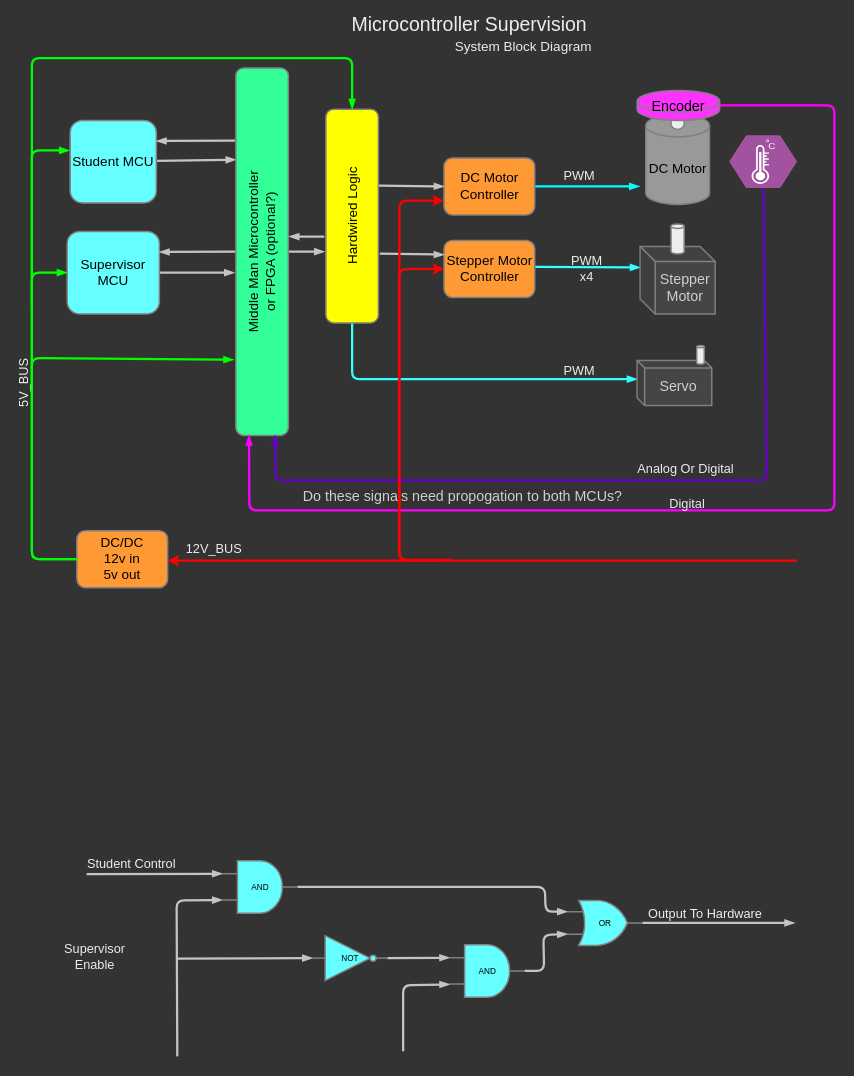
practable/supervisor-pcb keeps this draw.io diagram as Documentation/Media/StudentSupervisor System Block Diagram.drawio. Above is the earlier version. Source tidied: cells renumbered, new cells numbered last; positions are measured from the earlier drawing's top-left corner, leaving out a move shared by most shapes. Both pictures are drawn from the tidied source at 75%, with x=0, y=0 at pixel (2, 13).
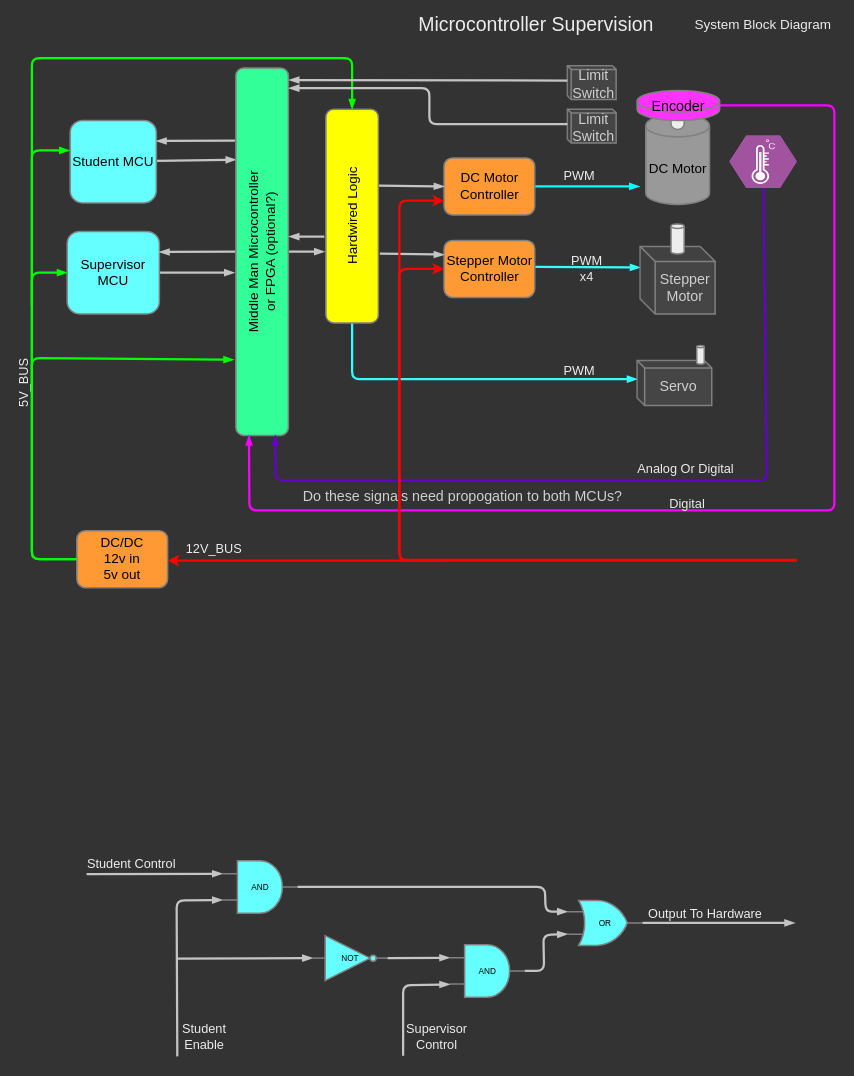
Above is the later version.

The change refers to these unchanged cells:
```xml
<mxCell id="30" value="Stepper Motor Controller" style="rounded=1;whiteSpace=wrap;html=1;fontFamily=Helvetica;fontSize=18;fontColor=default;strokeColor=#808080;strokeWidth=2;fillColor=#FF9933;" parent="1" vertex="1">
  <mxGeometry x="589.5" y="303" width="121" height="76" as="geometry" />
</mxCell>
<mxCell id="38" value="Middle Man Microcontroller&lt;br&gt;or FPGA (optional?)" style="rounded=1;whiteSpace=wrap;html=1;fontFamily=Helvetica;fontSize=18;fontColor=default;strokeColor=#808080;strokeWidth=2;fillColor=#33FF99;horizontal=0;" parent="1" vertex="1">
  <mxGeometry x="312" y="73" width="70" height="490" as="geometry" />
</mxCell>
```

Change to the diagram source:
```diff
@@
-    <mxCell id="3" value="Supervisor Enable" style="text;html=1;strokeColor=none;fillColor=none;align=center;verticalAlign=middle;whiteSpace=wrap;rounded=0;fontColor=#EDEDED;fontSize=17;fontFamily=Helvetica;" parent="1" vertex="1">
-      <mxGeometry x="94" y="1244" width="60" height="30" as="geometry" />
+    <mxCell id="3" value="Supervisor Control" style="text;html=1;strokeColor=none;fillColor=none;align=center;verticalAlign=middle;whiteSpace=wrap;rounded=0;fontColor=#EDEDED;fontSize=17;fontFamily=Helvetica;" parent="1" vertex="1">
+      <mxGeometry x="550" y="1350" width="60" height="30" as="geometry" />
     </mxCell>
@@
     <mxCell id="13" style="edgeStyle=none;shape=connector;rounded=1;orthogonalLoop=1;jettySize=auto;html=1;entryX=0;entryY=0.75;entryDx=0;entryDy=0;entryPerimeter=0;labelBackgroundColor=default;fontFamily=Helvetica;fontSize=11;fontColor=default;endArrow=blockThin;strokeColor=#C4C4C4;strokeWidth=3;endFill=1;" parent="1" edge="1">
       <mxGeometry relative="1" as="geometry">
-        <mxPoint x="535" y="1384" as="sourcePoint" />
+        <mxPoint x="535" y="1390" as="sourcePoint" />
         <mxPoint x="597" y="1295" as="targetPoint" />
         <Array as="points">
           <mxPoint x="535" y="1296" />
         </Array>
       </mxGeometry>
     </mxCell>
@@
     <mxCell id="18" value="Microcontroller Supervision" style="text;html=1;strokeColor=none;fillColor=none;align=center;verticalAlign=middle;whiteSpace=wrap;rounded=0;fontColor=#EDEDED;fontSize=26;fontFamily=Helvetica;" parent="1" vertex="1">
-      <mxGeometry x="409" width="429" height="30" as="geometry" />
+      <mxGeometry x="497.5" width="429" height="30" as="geometry" />
     </mxCell>
     <mxCell id="19" value="System Block Diagram" style="text;html=1;strokeColor=none;fillColor=none;align=center;verticalAlign=middle;whiteSpace=wrap;rounded=0;fontColor=#EDEDED;fontSize=18;fontFamily=Helvetica;" parent="1" vertex="1">
-      <mxGeometry x="480.8" y="30" width="429" height="30" as="geometry" />
+      <mxGeometry x="913" width="204" height="30" as="geometry" />
     </mxCell>
@@
     <mxCell id="53" style="endArrow=classic;html=1;rounded=1;labelBackgroundColor=default;fontFamily=Helvetica;fontSize=18;fontColor=default;strokeColor=#FF0000;strokeWidth=3;shape=connector;entryX=0;entryY=0.5;entryDx=0;entryDy=0;" parent="1" edge="1" target="30">
       <mxGeometry relative="1" as="geometry">
-        <mxPoint x="600" y="729" as="sourcePoint" />
+        <mxPoint x="1060" y="729" as="sourcePoint" />
         <Array as="points">
           <mxPoint x="530" y="729" />
           <mxPoint x="530" y="341" />
         </Array>
       </mxGeometry>
     </mxCell>
@@
+    <mxCell id="62" value="Student Enable" style="text;html=1;strokeColor=none;fillColor=none;align=center;verticalAlign=middle;whiteSpace=wrap;rounded=0;fontColor=#EDEDED;fontSize=17;fontFamily=Helvetica;" parent="1" vertex="1">
+      <mxGeometry x="240" y="1350" width="60" height="30" as="geometry" />
+    </mxCell>
+    <mxCell id="63" value="Limit&lt;br&gt;Switch" style="shape=cube;whiteSpace=wrap;html=1;boundedLbl=1;backgroundOutline=1;darkOpacity=0.05;darkOpacity2=0.1;fontFamily=Helvetica;fontSize=19;fontColor=#CFCFCF;strokeColor=#808080;strokeWidth=2;fillColor=#454545;size=5;" parent="1" vertex="1">
+      <mxGeometry x="754" y="128" width="65" height="45" as="geometry" />
+    </mxCell>
+    <mxCell id="64" value="Limit&lt;br&gt;Switch" style="shape=cube;whiteSpace=wrap;html=1;boundedLbl=1;backgroundOutline=1;darkOpacity=0.05;darkOpacity2=0.1;fontFamily=Helvetica;fontSize=19;fontColor=#CFCFCF;strokeColor=#808080;strokeWidth=2;fillColor=#454545;size=5;" parent="1" vertex="1">
+      <mxGeometry x="754" y="70" width="65" height="45" as="geometry" />
+    </mxCell>
+    <mxCell id="65" style="edgeStyle=none;shape=connector;rounded=1;jettySize=auto;html=1;labelBackgroundColor=default;fontFamily=Helvetica;fontSize=19;fontColor=#CFCFCF;endArrow=blockThin;endFill=1;strokeColor=#C4C4C4;strokeWidth=3;exitX=0;exitY=0;exitDx=0;exitDy=20;exitPerimeter=0;entryX=1.014;entryY=0.033;entryDx=0;entryDy=0;entryPerimeter=0;" parent="1" edge="1" source="64" target="38">
+      <mxGeometry relative="1" as="geometry" />
+    </mxCell>
+    <mxCell id="66" style="edgeStyle=none;shape=connector;rounded=1;jettySize=auto;html=1;labelBackgroundColor=default;fontFamily=Helvetica;fontSize=19;fontColor=#CFCFCF;endArrow=blockThin;endFill=1;strokeColor=#C4C4C4;strokeWidth=3;exitX=0;exitY=0;exitDx=0;exitDy=20;exitPerimeter=0;" parent="1" edge="1" source="63">
+      <mxGeometry relative="1" as="geometry">
+        <mxPoint x="383" y="100" as="targetPoint" />
+        <Array as="points">
+          <mxPoint x="570" y="148" />
+          <mxPoint x="570" y="100" />
+        </Array>
+      </mxGeometry>
+    </mxCell>
```
